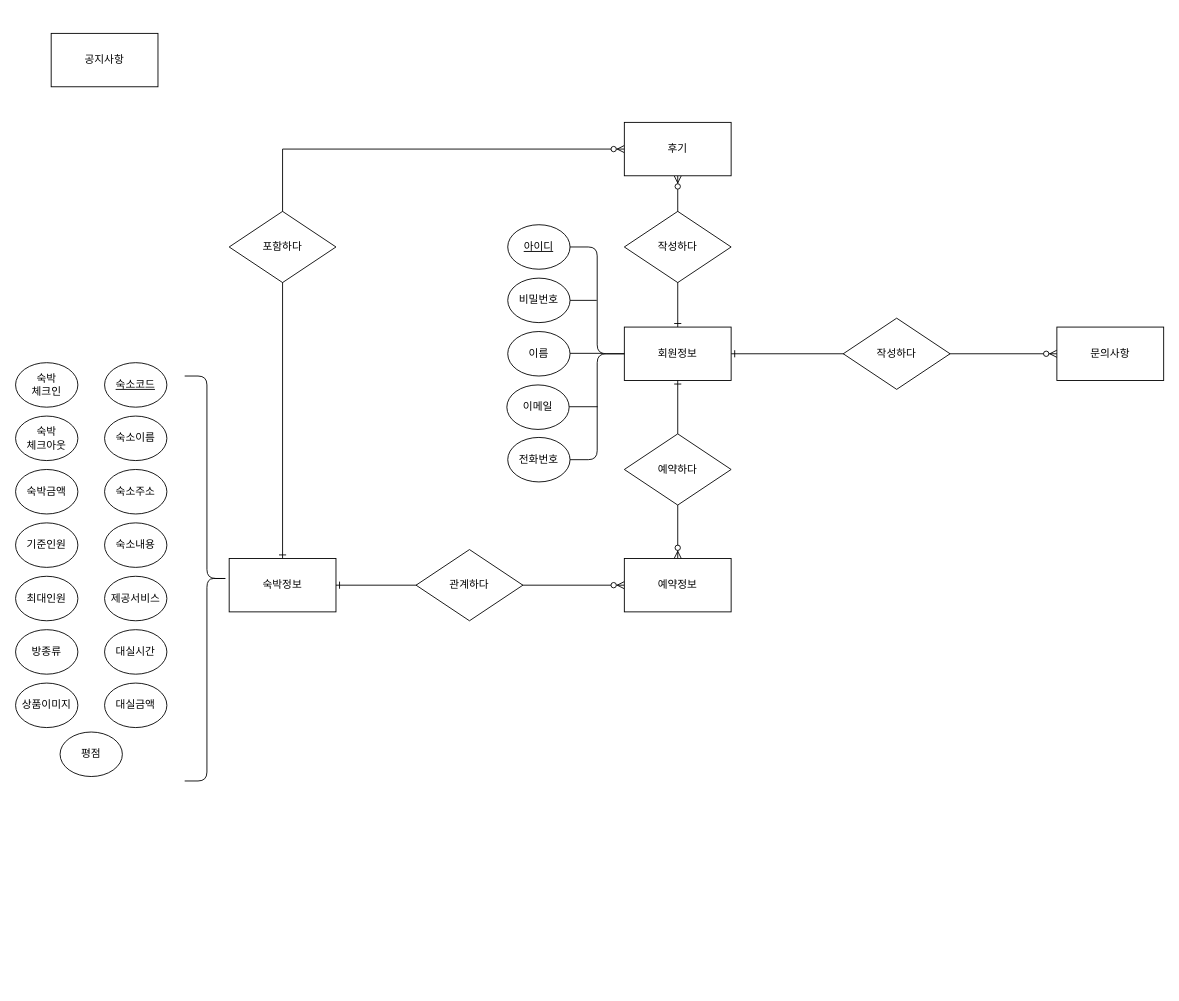
ksoyoun02/Biz_2021_01_403_java keeps this draw.io diagram as Untitled Diagram.drawio. Above is the earlier version. Source tidied: cells renumbered, new cells numbered last; positions are measured from the earlier drawing's top-left corner, leaving out a move shared by most shapes. Both pictures are drawn from the tidied source at 89%, with x=0, y=0 at pixel (15, 33).
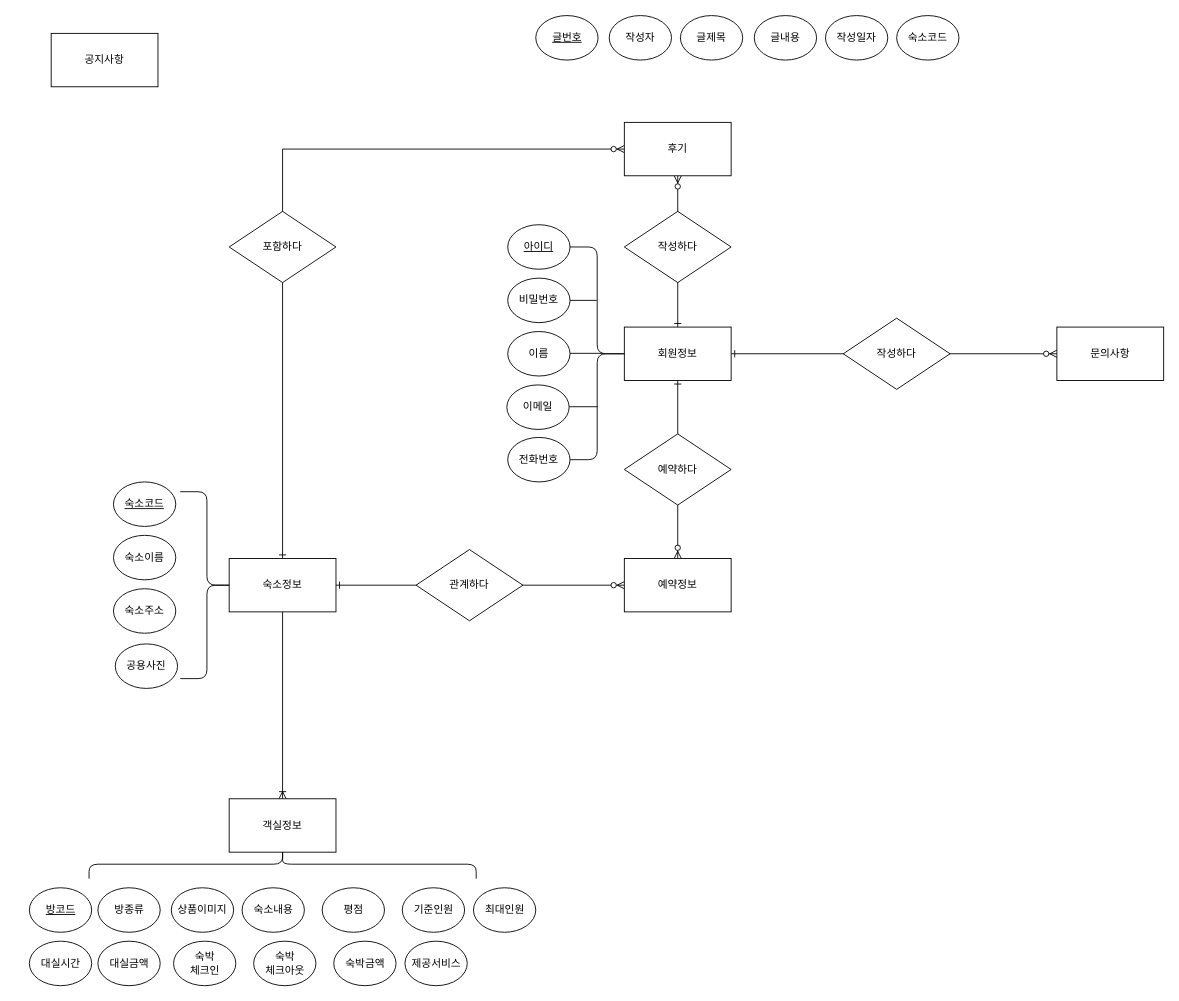
After the change.

Diff of the diagram source:
```diff
@@
+    <mxCell id="46" style="edgeStyle=orthogonalEdgeStyle;rounded=0;jettySize=auto;html=1;exitX=0.5;exitY=1;exitDx=0;exitDy=0;endArrow=ERoneToMany;endFill=0;" parent="1" edge="1" source="10" target="47">
+      <mxGeometry relative="1" as="geometry" />
+    </mxCell>
-    <mxCell id="10" value="숙박정보" style="rounded=0;whiteSpace=wrap;html=1;" parent="1" vertex="1">
+    <mxCell id="10" value="숙소정보" style="rounded=0;whiteSpace=wrap;html=1;" parent="1" vertex="1">
       <mxGeometry x="240" y="590" width="120" height="60" as="geometry" />
     </mxCell>
@@
     <mxCell id="29" value="숙박&lt;br&gt;체크아웃" style="ellipse;whiteSpace=wrap;html=1;" parent="1" vertex="1">
-      <mxGeometry y="430" width="70" height="50" as="geometry" />
+      <mxGeometry x="267.5" y="1020" width="70" height="50" as="geometry" />
     </mxCell>
     <mxCell id="30" value="숙박&lt;br&gt;체크인" style="ellipse;whiteSpace=wrap;html=1;" parent="1" vertex="1">
-      <mxGeometry y="370" width="70" height="50" as="geometry" />
+      <mxGeometry x="177.5" y="1020" width="70" height="50" as="geometry" />
     </mxCell>
     <mxCell id="31" value="대실금액" style="ellipse;whiteSpace=wrap;html=1;" parent="1" vertex="1">
-      <mxGeometry x="100" y="730" width="70" height="50" as="geometry" />
+      <mxGeometry x="92.5" y="1020" width="70" height="50" as="geometry" />
     </mxCell>
     <mxCell id="32" value="대실시간" style="ellipse;whiteSpace=wrap;html=1;" parent="1" vertex="1">
-      <mxGeometry x="100" y="670" width="70" height="50" as="geometry" />
+      <mxGeometry x="15.5" y="1020" width="70" height="50" as="geometry" />
     </mxCell>
     <mxCell id="33" value="제공서비스" style="ellipse;whiteSpace=wrap;html=1;" parent="1" vertex="1">
-      <mxGeometry x="100" y="610" width="70" height="50" as="geometry" />
+      <mxGeometry x="437.5" y="1020" width="70" height="50" as="geometry" />
     </mxCell>
     <mxCell id="34" value="숙소내용" style="ellipse;whiteSpace=wrap;html=1;" parent="1" vertex="1">
-      <mxGeometry x="100" y="550" width="70" height="50" as="geometry" />
+      <mxGeometry x="254.5" y="960" width="70" height="50" as="geometry" />
     </mxCell>
     <mxCell id="35" value="숙소주소" style="ellipse;whiteSpace=wrap;html=1;" parent="1" vertex="1">
-      <mxGeometry x="100" y="490" width="70" height="50" as="geometry" />
+      <mxGeometry x="110" y="624" width="70" height="50" as="geometry" />
     </mxCell>
     <mxCell id="36" value="숙소이름" style="ellipse;whiteSpace=wrap;html=1;" parent="1" vertex="1">
-      <mxGeometry x="100" y="430" width="70" height="50" as="geometry" />
+      <mxGeometry x="110" y="564" width="70" height="50" as="geometry" />
     </mxCell>
     <mxCell id="37" value="숙소코드" style="ellipse;whiteSpace=wrap;html=1;fontStyle=4;" parent="1" vertex="1">
-      <mxGeometry x="100" y="370" width="70" height="50" as="geometry" />
+      <mxGeometry x="110" y="504" width="70" height="50" as="geometry" />
     </mxCell>
     <mxCell id="38" value="숙박금액" style="ellipse;whiteSpace=wrap;html=1;" parent="1" vertex="1">
-      <mxGeometry y="490" width="70" height="50" as="geometry" />
+      <mxGeometry x="357.5" y="1020" width="70" height="50" as="geometry" />
     </mxCell>
     <mxCell id="39" value="최대인원" style="ellipse;whiteSpace=wrap;html=1;" parent="1" vertex="1">
-      <mxGeometry y="610" width="70" height="50" as="geometry" />
+      <mxGeometry x="514.5" y="960" width="70" height="50" as="geometry" />
     </mxCell>
     <mxCell id="40" value="기준인원" style="ellipse;whiteSpace=wrap;html=1;" parent="1" vertex="1">
-      <mxGeometry y="550" width="70" height="50" as="geometry" />
+      <mxGeometry x="434.5" y="960" width="70" height="50" as="geometry" />
     </mxCell>
-    <mxCell id="41" value="방종류" style="ellipse;whiteSpace=wrap;html=1;" parent="1" vertex="1">
-      <mxGeometry y="670" width="70" height="50" as="geometry" />
+    <mxCell id="41" value="&lt;u&gt;방코드&lt;/u&gt;" style="ellipse;whiteSpace=wrap;html=1;" parent="1" vertex="1">
+      <mxGeometry x="15.5" y="960" width="70" height="50" as="geometry" />
     </mxCell>
     <mxCell id="42" value="상품이미지" style="ellipse;whiteSpace=wrap;html=1;" parent="1" vertex="1">
-      <mxGeometry y="730" width="70" height="50" as="geometry" />
+      <mxGeometry x="175" y="960" width="70" height="50" as="geometry" />
     </mxCell>
@@
     <mxCell id="44" value="평점" style="ellipse;whiteSpace=wrap;html=1;" parent="1" vertex="1">
-      <mxGeometry x="50" y="785" width="70" height="50" as="geometry" />
+      <mxGeometry x="344.5" y="960" width="70" height="50" as="geometry" />
     </mxCell>
     <mxCell id="45" style="shape=curlyBracket;whiteSpace=wrap;html=1;rounded=1;flipH=1;" parent="1" vertex="1">
-      <mxGeometry x="190" y="385" width="50" height="455" as="geometry" />
+      <mxGeometry x="185" y="515" width="60" height="210" as="geometry" />
     </mxCell>
+    <mxCell id="47" value="객실정보" style="rounded=0;whiteSpace=wrap;html=1;" parent="1" vertex="1">
+      <mxGeometry x="240" y="860" width="120" height="60" as="geometry" />
+    </mxCell>
+    <mxCell id="48" value="공용사진" style="ellipse;whiteSpace=wrap;html=1;" parent="1" vertex="1">
+      <mxGeometry x="112" y="686" width="70" height="50" as="geometry" />
+    </mxCell>
+    <mxCell id="49" style="shape=curlyBracket;whiteSpace=wrap;html=1;rounded=1;flipH=1;rotation=-90;size=0.5;" parent="1" vertex="1">
+      <mxGeometry x="283.8" y="716" width="32.5" height="435" as="geometry" />
+    </mxCell>
+    <mxCell id="50" value="방종류" style="ellipse;whiteSpace=wrap;html=1;" parent="1" vertex="1">
+      <mxGeometry x="92.5" y="960" width="70" height="50" as="geometry" />
+    </mxCell>
+    <mxCell id="51" value="글번호" style="ellipse;whiteSpace=wrap;html=1;verticalAlign=middle;fontStyle=4;" parent="1" vertex="1">
+      <mxGeometry x="584.5" y="-20" width="70" height="50" as="geometry" />
+    </mxCell>
+    <mxCell id="52" value="작성자" style="ellipse;whiteSpace=wrap;html=1;" parent="1" vertex="1">
+      <mxGeometry x="667" y="-20" width="70" height="50" as="geometry" />
+    </mxCell>
+    <mxCell id="53" value="작성일자" style="ellipse;whiteSpace=wrap;html=1;" parent="1" vertex="1">
+      <mxGeometry x="910" y="-20" width="70" height="50" as="geometry" />
+    </mxCell>
+    <mxCell id="54" value="숙소코드" style="ellipse;whiteSpace=wrap;html=1;" parent="1" vertex="1">
+      <mxGeometry x="990" y="-20" width="70" height="50" as="geometry" />
+    </mxCell>
+    <mxCell id="55" value="글제목" style="ellipse;whiteSpace=wrap;html=1;" parent="1" vertex="1">
+      <mxGeometry x="747" y="-20" width="70" height="50" as="geometry" />
+    </mxCell>
+    <mxCell id="56" value="글내용" style="ellipse;whiteSpace=wrap;html=1;" parent="1" vertex="1">
+      <mxGeometry x="830" y="-20" width="70" height="50" as="geometry" />
+    </mxCell>
```
